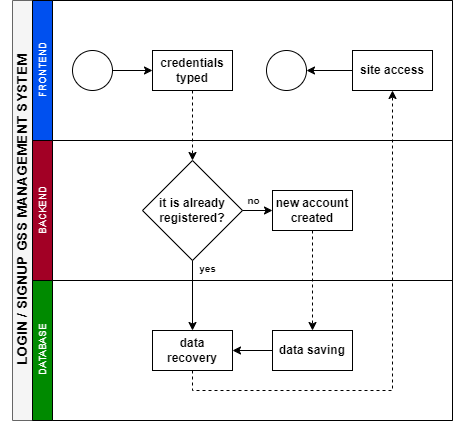
alessandropanzieri/GSS-Exprivia-project keeps this draw.io diagram as documentation/diagrams/flowchart diagram/flowchart diagram.png. Above is the earlier version. Source tidied: cells renumbered, new cells last; positions are measured from the earlier drawing's top-left corner, leaving out a move shared by most shapes.
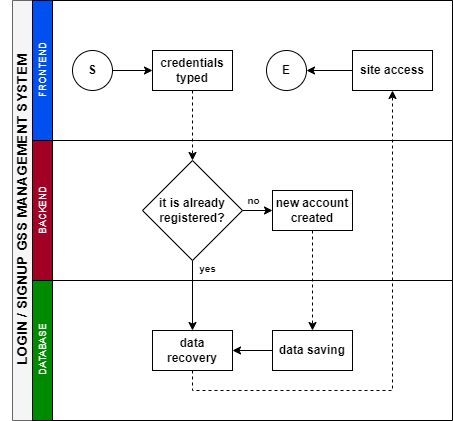
After the commit.

Commit message:
edit flowchart diagram

What changed in the source:
```diff
@@ -8,10 +8,10 @@
     <mxCell id="3" value="&lt;h5&gt;&lt;span style=&quot;font-weight: normal;&quot;&gt;FRONTEND&lt;/span&gt;&lt;/h5&gt;" style="swimlane;html=1;startSize=20;horizontal=0;direction=east;fillColor=#0050ef;fontColor=#ffffff;strokeColor=default;" parent="2" vertex="1">
       <mxGeometry x="20" width="420" height="140" as="geometry" />
     </mxCell>
-    <mxCell id="4" style="group;strokeColor=none;" parent="3" vertex="1">
+    <mxCell id="4" style="group;strokeColor=none;fillColor=none;" parent="3" vertex="1">
       <mxGeometry x="30" y="50" width="360" height="40" as="geometry" />
     </mxCell>
-    <mxCell id="5" style="ellipse;whiteSpace=wrap;html=1;direction=east;fillColor=none;strokeColor=#000000;" parent="4" vertex="1">
+    <mxCell id="5" value="&lt;font color=&quot;#000000&quot;&gt;&lt;b&gt;S&lt;/b&gt;&lt;/font&gt;" style="ellipse;whiteSpace=wrap;html=1;direction=east;fillColor=none;strokeColor=#000000;" parent="4" vertex="1">
       <mxGeometry x="10" width="40" height="40" as="geometry" />
     </mxCell>
     <mxCell id="6" value="&lt;p&gt;credentials typed&lt;br&gt;&lt;/p&gt;" style="rounded=0;whiteSpace=wrap;html=1;fontFamily=Helvetica;fontSize=12;fontColor=#000000;align=center;direction=east;fontStyle=1;fillColor=none;strokeColor=#000000;" parent="4" vertex="1">
@@ -25,7 +25,7 @@
     <mxCell id="8" value="&lt;b style=&quot;&quot;&gt;site access&lt;/b&gt;" style="rounded=0;whiteSpace=wrap;html=1;fontFamily=Helvetica;fontSize=12;fontColor=#000000;align=center;direction=east;fillColor=none;strokeColor=#000000;" parent="4" vertex="1">
       <mxGeometry x="290" width="80" height="40" as="geometry" />
     </mxCell>
-    <mxCell id="9" style="ellipse;whiteSpace=wrap;html=1;direction=east;fontStyle=1;fillColor=none;strokeColor=#000000;" parent="4" vertex="1">
+    <mxCell id="9" value="&lt;font color=&quot;#000000&quot;&gt;E&lt;/font&gt;" style="ellipse;whiteSpace=wrap;html=1;direction=east;fontStyle=1;fillColor=none;strokeColor=#000000;" parent="4" vertex="1">
       <mxGeometry x="204" width="40" height="40" as="geometry" />
     </mxCell>
     <mxCell id="10" style="edgeStyle=orthogonalEdgeStyle;rounded=0;jettySize=auto;html=1;endArrow=classic;endFill=1;fontStyle=1;strokeColor=#000000;" parent="4" edge="1" source="8" target="9">
```
